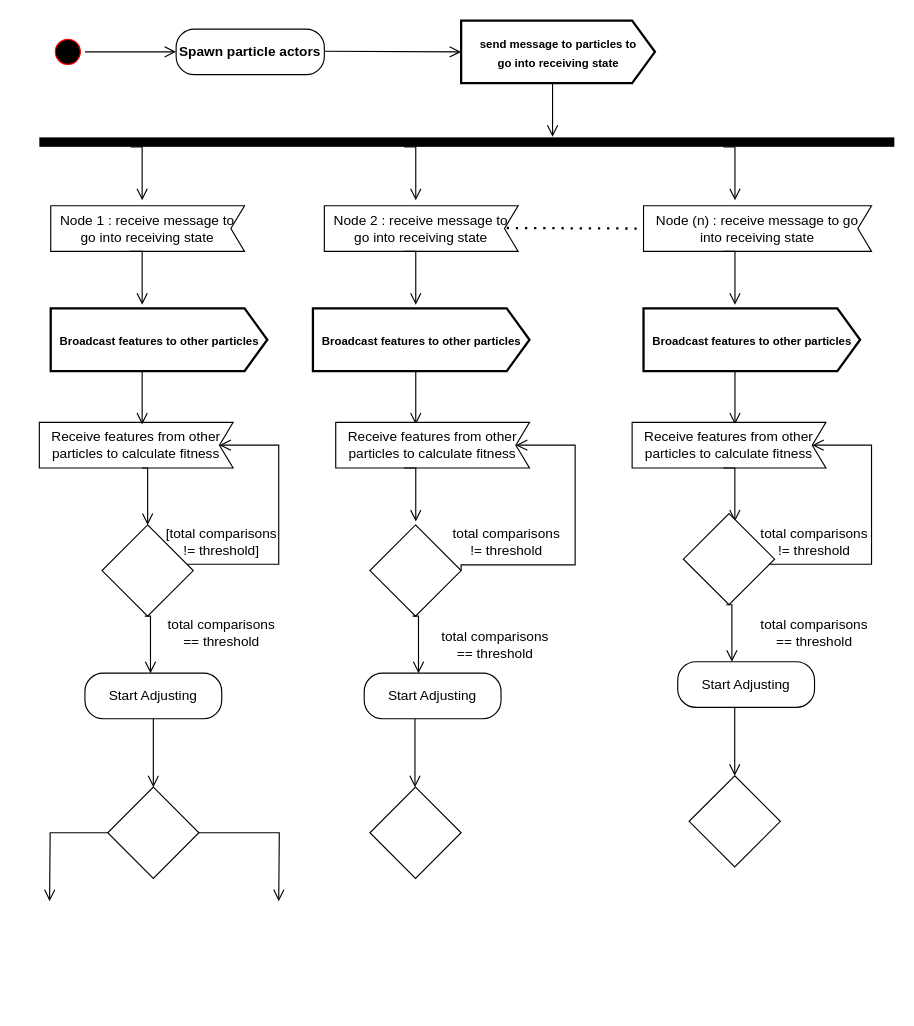
vanelopethecoder/som-basic keeps this draw.io diagram as PSO activity Diagram.drawio. Above is the earlier version. Source tidied: cells renumbered, new cells numbered last; positions are measured from the earlier drawing's top-left corner, leaving out a move shared by most shapes. Both pictures are drawn from the tidied source at 114%, with x=0, y=0 at pixel (39, 21).
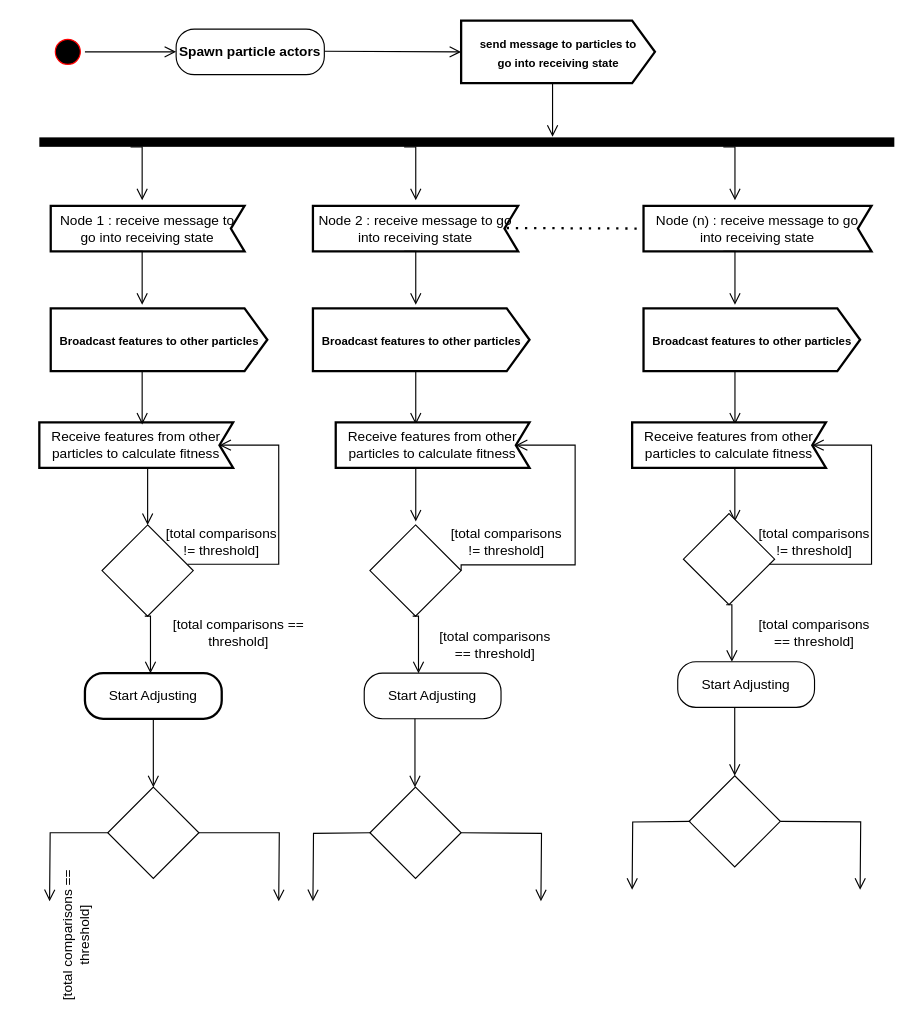
The same diagram, later.

Change to the diagram source:
```diff
@@
-    <mxCell id="12" value="Node 1 : receive message to go into receiving state" style="shape=mxgraph.sysml.accEvent;flipH=1;whiteSpace=wrap;align=center;" parent="1" vertex="1">
+    <mxCell id="12" value="Node 1 : receive message to go into receiving state" style="shape=mxgraph.sysml.accEvent;flipH=1;whiteSpace=wrap;align=center;strokeWidth=2;" parent="1" vertex="1">
       <mxGeometry x="10" y="162" width="170" height="40" as="geometry" />
     </mxCell>
-    <mxCell id="13" value="Node 2 : receive message to go into receiving state" style="shape=mxgraph.sysml.accEvent;flipH=1;whiteSpace=wrap;align=center;" parent="1" vertex="1">
-      <mxGeometry x="250" y="162" width="170" height="40" as="geometry" />
+    <mxCell id="13" value="Node 2 : receive message to go into receiving state" style="shape=mxgraph.sysml.accEvent;flipH=1;whiteSpace=wrap;align=center;strokeWidth=2;" parent="1" vertex="1">
+      <mxGeometry x="240" y="162" width="180" height="40" as="geometry" />
     </mxCell>
-    <mxCell id="14" value="Node (n) : receive message to go into receiving state" style="shape=mxgraph.sysml.accEvent;flipH=1;whiteSpace=wrap;align=center;" parent="1" vertex="1">
+    <mxCell id="14" value="Node (n) : receive message to go into receiving state" style="shape=mxgraph.sysml.accEvent;flipH=1;whiteSpace=wrap;align=center;strokeWidth=2;" parent="1" vertex="1">
       <mxGeometry x="530" y="162" width="200" height="40" as="geometry" />
     </mxCell>
@@
-    <mxCell id="22" value="Receive features from other particles to calculate fitness" style="shape=mxgraph.sysml.accEvent;flipH=1;whiteSpace=wrap;align=center;" parent="1" vertex="1">
+    <mxCell id="22" value="Receive features from other particles to calculate fitness" style="shape=mxgraph.sysml.accEvent;flipH=1;whiteSpace=wrap;align=center;strokeWidth=2;" parent="1" vertex="1">
       <mxGeometry y="352" width="170" height="40" as="geometry" />
     </mxCell>
@@
-    <mxCell id="26" value="Receive features from other particles to calculate fitness" style="shape=mxgraph.sysml.accEvent;flipH=1;whiteSpace=wrap;align=center;" parent="1" vertex="1">
+    <mxCell id="26" value="Receive features from other particles to calculate fitness" style="shape=mxgraph.sysml.accEvent;flipH=1;whiteSpace=wrap;align=center;strokeWidth=2;" parent="1" vertex="1">
       <mxGeometry x="260" y="352" width="170" height="40" as="geometry" />
     </mxCell>
-    <mxCell id="27" value="Receive features from other particles to calculate fitness" style="shape=mxgraph.sysml.accEvent;flipH=1;whiteSpace=wrap;align=center;" parent="1" vertex="1">
+    <mxCell id="27" value="Receive features from other particles to calculate fitness" style="shape=mxgraph.sysml.accEvent;flipH=1;whiteSpace=wrap;align=center;strokeWidth=2;" parent="1" vertex="1">
       <mxGeometry x="520" y="352" width="170" height="40" as="geometry" />
     </mxCell>
@@
-    <mxCell id="37" value="total comparisons == threshold" style="text;html=1;strokeColor=none;fillColor=none;align=center;verticalAlign=middle;whiteSpace=wrap;rounded=0;" parent="1" vertex="1">
-      <mxGeometry x="110" y="522" width="100" height="30" as="geometry" />
+    <mxCell id="37" value="[total comparisons == threshold]" style="text;html=1;strokeColor=none;fillColor=none;align=center;verticalAlign=middle;whiteSpace=wrap;rounded=0;" parent="1" vertex="1">
+      <mxGeometry x="110" y="522" width="130" height="30" as="geometry" />
     </mxCell>
-    <mxCell id="38" value="total comparisons == threshold" style="text;html=1;strokeColor=none;fillColor=none;align=center;verticalAlign=middle;whiteSpace=wrap;rounded=0;" parent="1" vertex="1">
+    <mxCell id="38" value="[total comparisons == threshold]" style="text;html=1;strokeColor=none;fillColor=none;align=center;verticalAlign=middle;whiteSpace=wrap;rounded=0;" parent="1" vertex="1">
       <mxGeometry x="350" y="532" width="100" height="30" as="geometry" />
     </mxCell>
-    <mxCell id="39" value="total comparisons == threshold" style="text;html=1;strokeColor=none;fillColor=none;align=center;verticalAlign=middle;whiteSpace=wrap;rounded=0;" parent="1" vertex="1">
+    <mxCell id="39" value="[total comparisons == threshold]" style="text;html=1;strokeColor=none;fillColor=none;align=center;verticalAlign=middle;whiteSpace=wrap;rounded=0;" parent="1" vertex="1">
       <mxGeometry x="630" y="522" width="100" height="30" as="geometry" />
     </mxCell>
-    <mxCell id="40" value="Start Adjusting" style="rounded=1;whiteSpace=wrap;html=1;arcSize=40;fontColor=#000000;fillColor=#FFFFFF;strokeColor=#000000;" parent="1" vertex="1">
+    <mxCell id="40" value="Start Adjusting" style="rounded=1;whiteSpace=wrap;html=1;arcSize=40;fontColor=#000000;fillColor=#FFFFFF;strokeColor=#000000;strokeWidth=2;" parent="1" vertex="1">
       <mxGeometry x="40" y="572" width="120" height="40" as="geometry" />
     </mxCell>
@@
-    <mxCell id="53" value="total comparisons != threshold" style="text;html=1;strokeColor=none;fillColor=none;align=center;verticalAlign=middle;whiteSpace=wrap;rounded=0;" parent="1" vertex="1">
+    <mxCell id="53" value="[total comparisons != threshold]" style="text;html=1;strokeColor=none;fillColor=none;align=center;verticalAlign=middle;whiteSpace=wrap;rounded=0;" parent="1" vertex="1">
       <mxGeometry x="360" y="442" width="100" height="30" as="geometry" />
     </mxCell>
-    <mxCell id="54" value="total comparisons != threshold" style="text;html=1;strokeColor=none;fillColor=none;align=center;verticalAlign=middle;whiteSpace=wrap;rounded=0;" parent="1" vertex="1">
+    <mxCell id="54" value="[total comparisons != threshold]" style="text;html=1;strokeColor=none;fillColor=none;align=center;verticalAlign=middle;whiteSpace=wrap;rounded=0;" parent="1" vertex="1">
       <mxGeometry x="630" y="442" width="100" height="30" as="geometry" />
     </mxCell>
@@
+    <mxCell id="57" style="edgeStyle=orthogonalEdgeStyle;html=1;verticalAlign=bottom;endArrow=open;endSize=8;strokeColor=#000000;rounded=0;exitX=0;exitY=0.5;exitDx=0;exitDy=0;" parent="1" edge="1">
+      <mxGeometry relative="1" as="geometry">
+        <mxPoint x="291" y="712" as="sourcePoint" />
+        <mxPoint x="240" y="772" as="targetPoint" />
+      </mxGeometry>
+    </mxCell>
+    <mxCell id="58" style="edgeStyle=orthogonalEdgeStyle;html=1;verticalAlign=bottom;endArrow=open;endSize=8;strokeColor=#000000;rounded=0;exitX=1;exitY=0.5;exitDx=0;exitDy=0;" parent="1" edge="1">
+      <mxGeometry relative="1" as="geometry">
+        <mxPoint x="370" y="712" as="sourcePoint" />
+        <mxPoint x="440" y="772" as="targetPoint" />
+      </mxGeometry>
+    </mxCell>
+    <mxCell id="59" style="edgeStyle=orthogonalEdgeStyle;html=1;verticalAlign=bottom;endArrow=open;endSize=8;strokeColor=#000000;rounded=0;exitX=0;exitY=0.5;exitDx=0;exitDy=0;" parent="1" edge="1">
+      <mxGeometry relative="1" as="geometry">
+        <mxPoint x="571" y="702" as="sourcePoint" />
+        <mxPoint x="520" y="762" as="targetPoint" />
+      </mxGeometry>
+    </mxCell>
+    <mxCell id="60" style="edgeStyle=orthogonalEdgeStyle;html=1;verticalAlign=bottom;endArrow=open;endSize=8;strokeColor=#000000;rounded=0;exitX=1;exitY=0.5;exitDx=0;exitDy=0;" parent="1" edge="1">
+      <mxGeometry relative="1" as="geometry">
+        <mxPoint x="650" y="702" as="sourcePoint" />
+        <mxPoint x="720" y="762" as="targetPoint" />
+      </mxGeometry>
+    </mxCell>
+    <mxCell id="61" value="[total comparisons == threshold]" style="text;html=1;strokeColor=none;fillColor=none;align=center;verticalAlign=middle;whiteSpace=wrap;rounded=0;rotation=270;" parent="1" vertex="1">
+      <mxGeometry x="-30" y="752" width="125" height="100" as="geometry" />
+    </mxCell>
```
